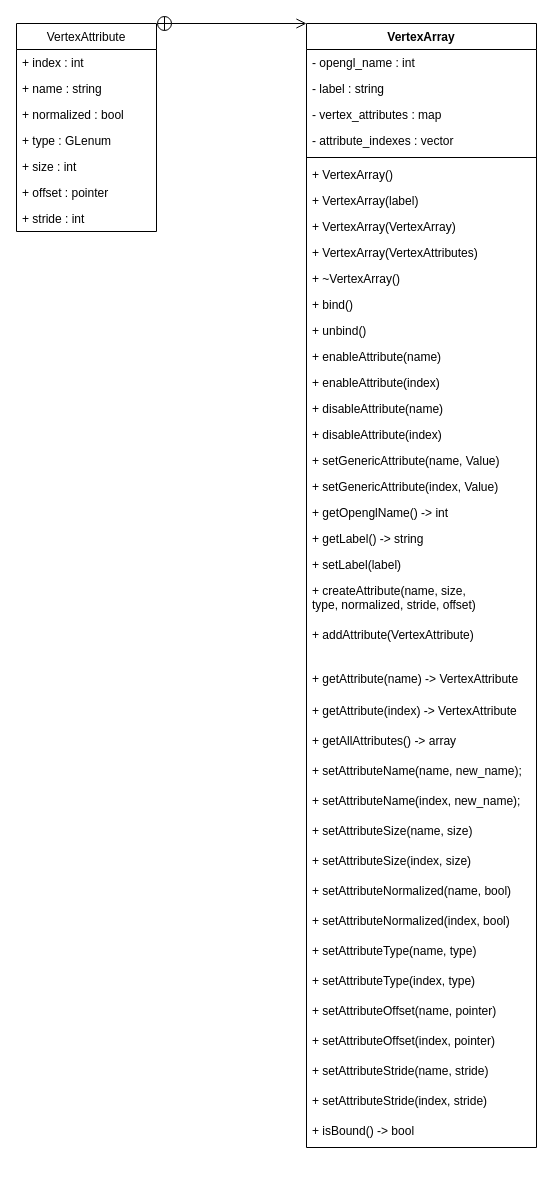
LowFire/blazer3d keeps this draw.io diagram as docs/VertexArray.drawio. Above is the earlier version. Source tidied: cells renumbered, new cells numbered last; positions are measured from the earlier drawing's top-left corner, leaving out a move shared by most shapes. Both pictures are drawn from the tidied source at 100%, with x=0, y=0 at pixel (16, 23).
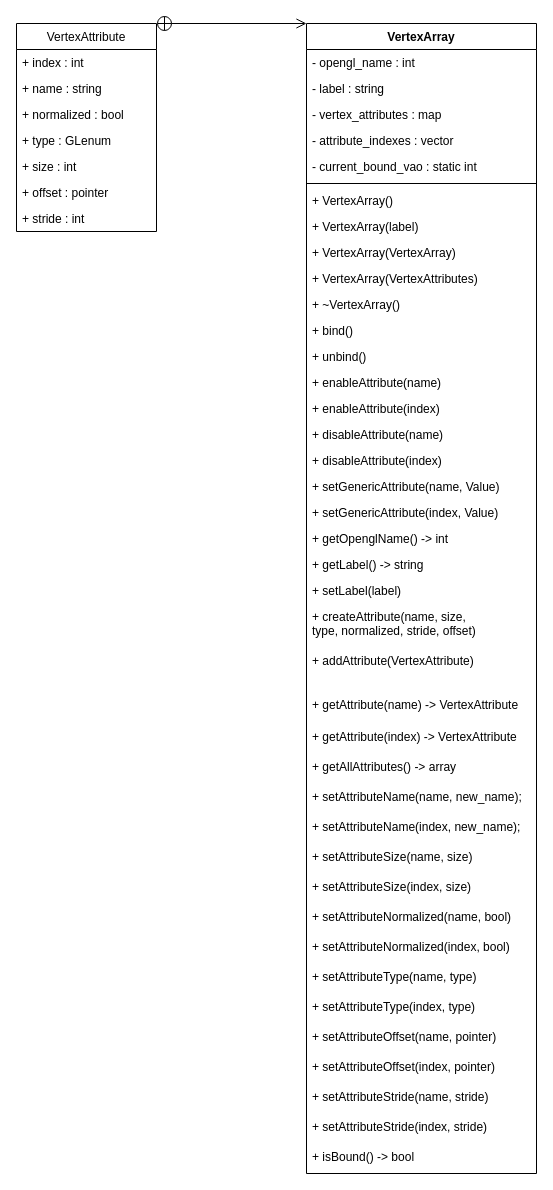
The same page after the edit.

Diff of the diagram source:
```diff
@@
     <mxCell id="2" value="VertexArray" style="swimlane;fontStyle=1;align=center;verticalAlign=top;horizontal=1;startSize=26;" parent="1" vertex="1">
-      <mxGeometry x="290" width="230" height="1124" as="geometry" />
+      <mxGeometry x="290" width="230" height="1150" as="geometry" />
     </mxCell>
@@
+    <mxCell id="51" value="- current_bound_vao : static int" style="text;strokeColor=none;fillColor=none;align=left;verticalAlign=top;spacingLeft=4;spacingRight=4;overflow=hidden;" parent="2" vertex="1">
+      <mxGeometry y="130" width="230" height="26" as="geometry" />
+    </mxCell>
     <mxCell id="7" style="line;strokeWidth=1;fillColor=none;align=left;verticalAlign=middle;spacingTop=-1;spacingLeft=3;spacingRight=3;labelPosition=right;" parent="2" vertex="1">
-      <mxGeometry y="130" width="230" height="8" as="geometry" />
+      <mxGeometry y="156" width="230" height="8" as="geometry" />
     </mxCell>
     <mxCell id="8" value="+ VertexArray()" style="text;strokeColor=none;fillColor=none;align=left;verticalAlign=top;spacingLeft=4;spacingRight=4;overflow=hidden;" parent="2" vertex="1">
-      <mxGeometry y="138" width="230" height="26" as="geometry" />
+      <mxGeometry y="164" width="230" height="26" as="geometry" />
     </mxCell>
     <mxCell id="9" value="+ VertexArray(label)" style="text;strokeColor=none;fillColor=none;align=left;verticalAlign=top;spacingLeft=4;spacingRight=4;overflow=hidden;" parent="2" vertex="1">
-      <mxGeometry y="164" width="230" height="26" as="geometry" />
+      <mxGeometry y="190" width="230" height="26" as="geometry" />
     </mxCell>
     <mxCell id="10" value="+ VertexArray(VertexArray)" style="text;strokeColor=none;fillColor=none;align=left;verticalAlign=top;spacingLeft=4;spacingRight=4;overflow=hidden;" parent="2" vertex="1">
-      <mxGeometry y="190" width="230" height="26" as="geometry" />
+      <mxGeometry y="216" width="230" height="26" as="geometry" />
     </mxCell>
     <mxCell id="11" value="+ VertexArray(VertexAttributes)" style="text;strokeColor=none;fillColor=none;align=left;verticalAlign=top;spacingLeft=4;spacingRight=4;overflow=hidden;" parent="2" vertex="1">
-      <mxGeometry y="216" width="230" height="26" as="geometry" />
+      <mxGeometry y="242" width="230" height="26" as="geometry" />
     </mxCell>
     <mxCell id="12" value="+ ~VertexArray()" style="text;strokeColor=none;fillColor=none;align=left;verticalAlign=top;spacingLeft=4;spacingRight=4;overflow=hidden;" parent="2" vertex="1">
-      <mxGeometry y="242" width="230" height="26" as="geometry" />
+      <mxGeometry y="268" width="230" height="26" as="geometry" />
     </mxCell>
     <mxCell id="13" value="+ bind()" style="text;strokeColor=none;fillColor=none;align=left;verticalAlign=top;spacingLeft=4;spacingRight=4;overflow=hidden;" parent="2" vertex="1">
-      <mxGeometry y="268" width="230" height="26" as="geometry" />
+      <mxGeometry y="294" width="230" height="26" as="geometry" />
     </mxCell>
     <mxCell id="14" value="+ unbind()" style="text;strokeColor=none;fillColor=none;align=left;verticalAlign=top;spacingLeft=4;spacingRight=4;overflow=hidden;" parent="2" vertex="1">
-      <mxGeometry y="294" width="230" height="26" as="geometry" />
+      <mxGeometry y="320" width="230" height="26" as="geometry" />
     </mxCell>
     <mxCell id="15" value="+ enableAttribute(name)" style="text;strokeColor=none;fillColor=none;align=left;verticalAlign=top;spacingLeft=4;spacingRight=4;overflow=hidden;" parent="2" vertex="1">
-      <mxGeometry y="320" width="230" height="26" as="geometry" />
+      <mxGeometry y="346" width="230" height="26" as="geometry" />
     </mxCell>
     <mxCell id="16" value="+ enableAttribute(index)" style="text;strokeColor=none;fillColor=none;align=left;verticalAlign=top;spacingLeft=4;spacingRight=4;overflow=hidden;" parent="2" vertex="1">
-      <mxGeometry y="346" width="230" height="26" as="geometry" />
+      <mxGeometry y="372" width="230" height="26" as="geometry" />
     </mxCell>
     <mxCell id="17" value="+ disableAttribute(name)" style="text;strokeColor=none;fillColor=none;align=left;verticalAlign=top;spacingLeft=4;spacingRight=4;overflow=hidden;" parent="2" vertex="1">
-      <mxGeometry y="372" width="230" height="26" as="geometry" />
+      <mxGeometry y="398" width="230" height="26" as="geometry" />
     </mxCell>
     <mxCell id="18" value="+ disableAttribute(index)" style="text;strokeColor=none;fillColor=none;align=left;verticalAlign=top;spacingLeft=4;spacingRight=4;overflow=hidden;" parent="2" vertex="1">
-      <mxGeometry y="398" width="230" height="26" as="geometry" />
+      <mxGeometry y="424" width="230" height="26" as="geometry" />
     </mxCell>
     <mxCell id="19" value="+ setGenericAttribute(name, Value)" style="text;strokeColor=none;fillColor=none;align=left;verticalAlign=top;spacingLeft=4;spacingRight=4;overflow=hidden;" parent="2" vertex="1">
-      <mxGeometry y="424" width="230" height="26" as="geometry" />
+      <mxGeometry y="450" width="230" height="26" as="geometry" />
     </mxCell>
     <mxCell id="20" value="+ setGenericAttribute(index, Value)" style="text;strokeColor=none;fillColor=none;align=left;verticalAlign=top;spacingLeft=4;spacingRight=4;overflow=hidden;" parent="2" vertex="1">
-      <mxGeometry y="450" width="230" height="26" as="geometry" />
+      <mxGeometry y="476" width="230" height="26" as="geometry" />
     </mxCell>
     <mxCell id="21" value="+ getOpenglName() -&gt; int" style="text;strokeColor=none;fillColor=none;align=left;verticalAlign=top;spacingLeft=4;spacingRight=4;overflow=hidden;" parent="2" vertex="1">
-      <mxGeometry y="476" width="230" height="26" as="geometry" />
+      <mxGeometry y="502" width="230" height="26" as="geometry" />
     </mxCell>
     <mxCell id="22" value="+ getLabel() -&gt; string" style="text;strokeColor=none;fillColor=none;align=left;verticalAlign=top;spacingLeft=4;spacingRight=4;overflow=hidden;" parent="2" vertex="1">
-      <mxGeometry y="502" width="230" height="26" as="geometry" />
+      <mxGeometry y="528" width="230" height="26" as="geometry" />
     </mxCell>
     <mxCell id="23" value="+ setLabel(label)" style="text;strokeColor=none;fillColor=none;align=left;verticalAlign=top;spacingLeft=4;spacingRight=4;overflow=hidden;" parent="2" vertex="1">
-      <mxGeometry y="528" width="230" height="26" as="geometry" />
+      <mxGeometry y="554" width="230" height="26" as="geometry" />
     </mxCell>
     <mxCell id="24" value="+ createAttribute(name, size,&#10;type, normalized, stride, offset)" style="text;strokeColor=none;fillColor=none;align=left;verticalAlign=top;spacingLeft=4;spacingRight=4;overflow=hidden;" parent="2" vertex="1">
-      <mxGeometry y="554" width="230" height="44" as="geometry" />
+      <mxGeometry y="580" width="230" height="44" as="geometry" />
     </mxCell>
     <mxCell id="25" value="+ addAttribute(VertexAttribute)" style="text;strokeColor=none;fillColor=none;align=left;verticalAlign=top;spacingLeft=4;spacingRight=4;overflow=hidden;" parent="2" vertex="1">
-      <mxGeometry y="598" width="230" height="44" as="geometry" />
+      <mxGeometry y="624" width="230" height="44" as="geometry" />
     </mxCell>
     <mxCell id="26" value="+ getAttribute(name) -&gt; VertexAttribute" style="text;strokeColor=none;fillColor=none;align=left;verticalAlign=top;spacingLeft=4;spacingRight=4;overflow=hidden;" parent="2" vertex="1">
-      <mxGeometry y="642" width="230" height="32" as="geometry" />
+      <mxGeometry y="668" width="230" height="32" as="geometry" />
     </mxCell>
     <mxCell id="27" value="+ getAttribute(index) -&gt; VertexAttribute" style="text;strokeColor=none;fillColor=none;align=left;verticalAlign=top;spacingLeft=4;spacingRight=4;overflow=hidden;" parent="2" vertex="1">
-      <mxGeometry y="674" width="230" height="30" as="geometry" />
+      <mxGeometry y="700" width="230" height="30" as="geometry" />
     </mxCell>
     <mxCell id="28" value="+ getAllAttributes() -&gt; array" style="text;strokeColor=none;fillColor=none;align=left;verticalAlign=top;spacingLeft=4;spacingRight=4;overflow=hidden;" parent="2" vertex="1">
-      <mxGeometry y="704" width="230" height="30" as="geometry" />
+      <mxGeometry y="730" width="230" height="30" as="geometry" />
     </mxCell>
     <mxCell id="29" value="+ setAttributeName(name, new_name);" style="text;strokeColor=none;fillColor=none;align=left;verticalAlign=top;spacingLeft=4;spacingRight=4;overflow=hidden;" parent="2" vertex="1">
-      <mxGeometry y="734" width="230" height="30" as="geometry" />
+      <mxGeometry y="760" width="230" height="30" as="geometry" />
     </mxCell>
     <mxCell id="30" value="+ setAttributeName(index, new_name);" style="text;strokeColor=none;fillColor=none;align=left;verticalAlign=top;spacingLeft=4;spacingRight=4;overflow=hidden;" parent="2" vertex="1">
-      <mxGeometry y="764" width="230" height="30" as="geometry" />
+      <mxGeometry y="790" width="230" height="30" as="geometry" />
     </mxCell>
     <mxCell id="31" value="+ setAttributeSize(name, size)" style="text;strokeColor=none;fillColor=none;align=left;verticalAlign=top;spacingLeft=4;spacingRight=4;overflow=hidden;" parent="2" vertex="1">
-      <mxGeometry y="794" width="230" height="30" as="geometry" />
+      <mxGeometry y="820" width="230" height="30" as="geometry" />
     </mxCell>
     <mxCell id="32" value="+ setAttributeSize(index, size)" style="text;strokeColor=none;fillColor=none;align=left;verticalAlign=top;spacingLeft=4;spacingRight=4;overflow=hidden;" parent="2" vertex="1">
-      <mxGeometry y="824" width="230" height="30" as="geometry" />
+      <mxGeometry y="850" width="230" height="30" as="geometry" />
     </mxCell>
     <mxCell id="33" value="+ setAttributeNormalized(name, bool)" style="text;strokeColor=none;fillColor=none;align=left;verticalAlign=top;spacingLeft=4;spacingRight=4;overflow=hidden;" parent="2" vertex="1">
-      <mxGeometry y="854" width="230" height="30" as="geometry" />
+      <mxGeometry y="880" width="230" height="30" as="geometry" />
     </mxCell>
     <mxCell id="34" value="+ setAttributeNormalized(index, bool)" style="text;strokeColor=none;fillColor=none;align=left;verticalAlign=top;spacingLeft=4;spacingRight=4;overflow=hidden;" parent="2" vertex="1">
-      <mxGeometry y="884" width="230" height="30" as="geometry" />
+      <mxGeometry y="910" width="230" height="30" as="geometry" />
     </mxCell>
     <mxCell id="35" value="+ setAttributeType(name, type)" style="text;strokeColor=none;fillColor=none;align=left;verticalAlign=top;spacingLeft=4;spacingRight=4;overflow=hidden;" parent="2" vertex="1">
-      <mxGeometry y="914" width="230" height="30" as="geometry" />
+      <mxGeometry y="940" width="230" height="30" as="geometry" />
     </mxCell>
     <mxCell id="36" value="+ setAttributeType(index, type)" style="text;strokeColor=none;fillColor=none;align=left;verticalAlign=top;spacingLeft=4;spacingRight=4;overflow=hidden;" parent="2" vertex="1">
-      <mxGeometry y="944" width="230" height="30" as="geometry" />
+      <mxGeometry y="970" width="230" height="30" as="geometry" />
     </mxCell>
     <mxCell id="37" value="+ setAttributeOffset(name, pointer)" style="text;strokeColor=none;fillColor=none;align=left;verticalAlign=top;spacingLeft=4;spacingRight=4;overflow=hidden;" parent="2" vertex="1">
-      <mxGeometry y="974" width="230" height="30" as="geometry" />
+      <mxGeometry y="1000" width="230" height="30" as="geometry" />
     </mxCell>
     <mxCell id="38" value="+ setAttributeOffset(index, pointer)" style="text;strokeColor=none;fillColor=none;align=left;verticalAlign=top;spacingLeft=4;spacingRight=4;overflow=hidden;" parent="2" vertex="1">
-      <mxGeometry y="1004" width="230" height="30" as="geometry" />
+      <mxGeometry y="1030" width="230" height="30" as="geometry" />
     </mxCell>
     <mxCell id="39" value="+ setAttributeStride(name, stride)" style="text;strokeColor=none;fillColor=none;align=left;verticalAlign=top;spacingLeft=4;spacingRight=4;overflow=hidden;" parent="2" vertex="1">
-      <mxGeometry y="1034" width="230" height="30" as="geometry" />
+      <mxGeometry y="1060" width="230" height="30" as="geometry" />
     </mxCell>
     <mxCell id="40" value="+ setAttributeStride(index, stride)" style="text;strokeColor=none;fillColor=none;align=left;verticalAlign=top;spacingLeft=4;spacingRight=4;overflow=hidden;" parent="2" vertex="1">
-      <mxGeometry y="1064" width="230" height="30" as="geometry" />
+      <mxGeometry y="1090" width="230" height="30" as="geometry" />
     </mxCell>
     <mxCell id="41" value="+ isBound() -&gt; bool" style="text;strokeColor=none;fillColor=none;align=left;verticalAlign=top;spacingLeft=4;spacingRight=4;overflow=hidden;" parent="2" vertex="1">
-      <mxGeometry y="1094" width="230" height="30" as="geometry" />
+      <mxGeometry y="1120" width="230" height="30" as="geometry" />
     </mxCell>
```
